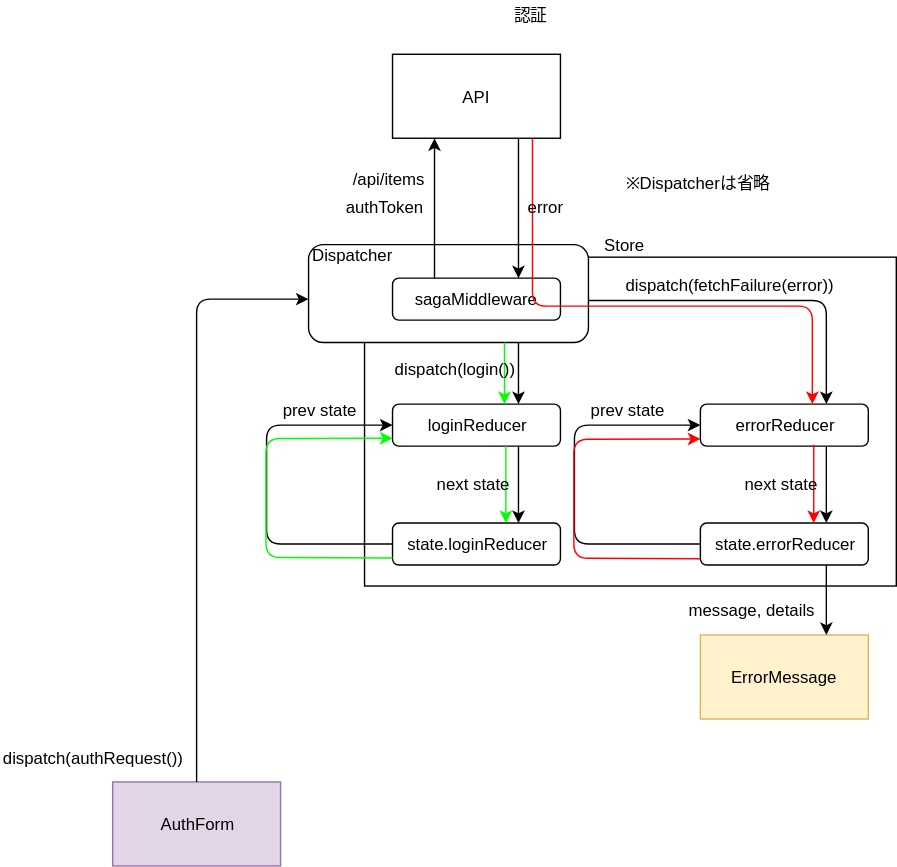
emgniddikur/react-app keeps this draw.io diagram as diagram/dataFlow/auth.svg. Above is the earlier version. Source tidied: cells renumbered, new cells last; positions are measured from the earlier drawing's top-left corner, leaving out a move shared by most shapes.
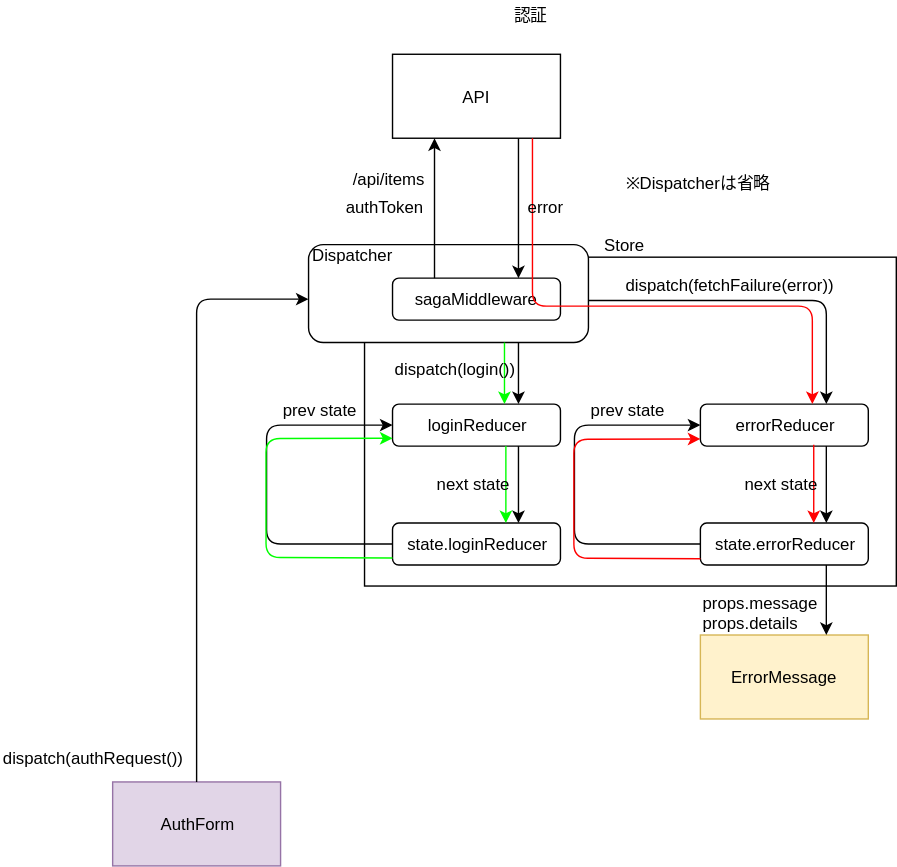
After the change.

Change to the diagram source:
```diff
@@ -98,8 +98,8 @@
     <mxCell id="25" style="endArrow=classic;html=1;entryX=0.75;entryY=0;entryDx=0;entryDy=0;exitX=0.75;exitY=1;exitDx=0;exitDy=0;" parent="1" edge="1" source="17" target="24">
       <mxGeometry relative="1" as="geometry" />
     </mxCell>
-    <mxCell id="26" value="message, details&lt;br&gt;" style="text;html=1;align=left;verticalAlign=top;spacingTop=-4;" parent="1" vertex="1">
-      <mxGeometry x="490" y="425.5" width="110" height="20" as="geometry" />
+    <mxCell id="26" value="props.message&lt;br&gt;props.details&lt;br&gt;" style="text;html=1;align=left;verticalAlign=top;spacingTop=-4;" parent="1" vertex="1">
+      <mxGeometry x="500" y="420.5" width="100" height="30" as="geometry" />
     </mxCell>
     <mxCell id="27" style="endArrow=classic;html=1;exitX=0.5;exitY=0;exitDx=0;exitDy=0;" parent="1" edge="1" source="23">
       <mxGeometry relative="1" as="geometry">
```
